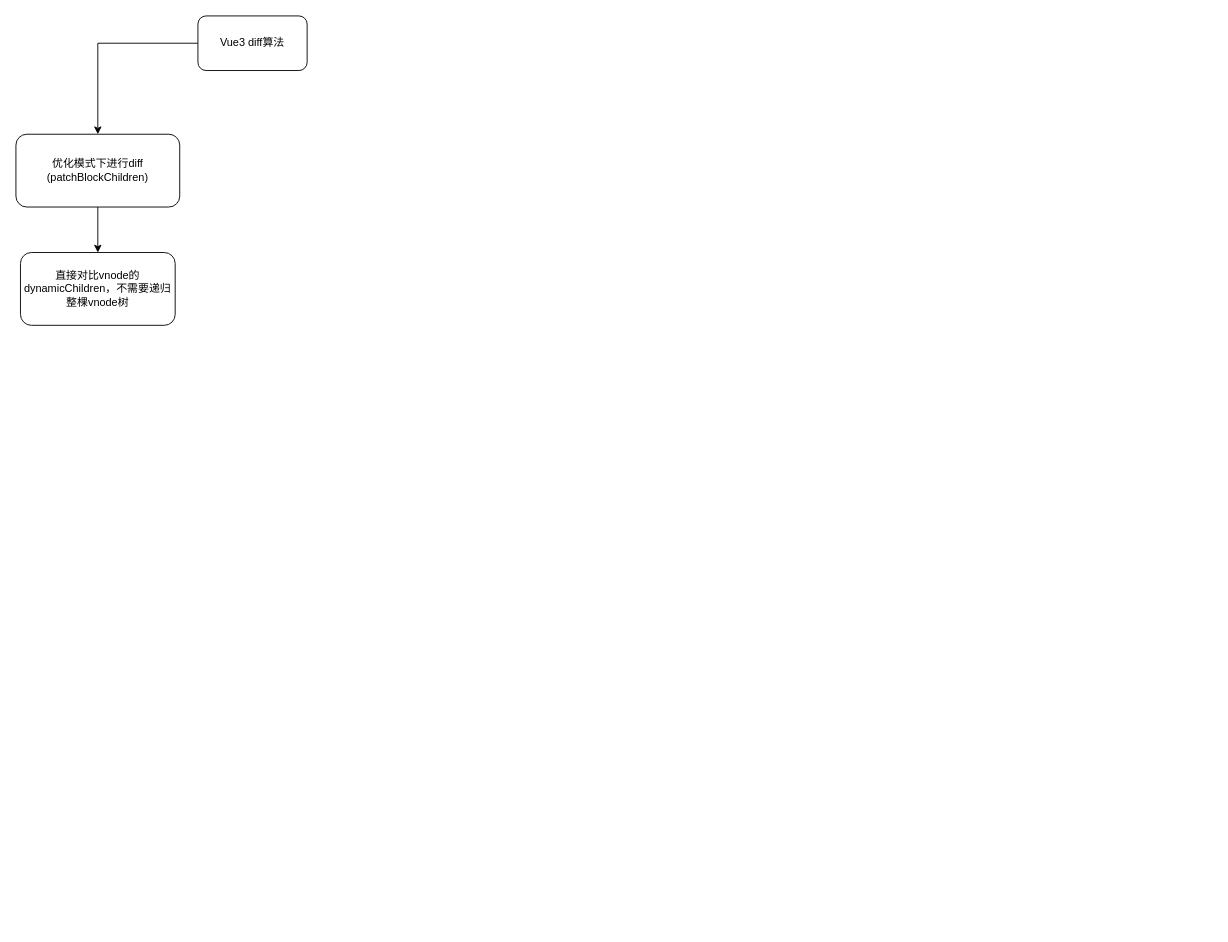
AdhereZ/graph keeps this draw.io diagram as vue3 diff算法.drawio. Above is the earlier version. Source tidied: cells renumbered, new cells numbered last; positions are measured from the earlier drawing's top-left corner, leaving out a move shared by most shapes. Both pictures are drawn from the tidied source at 91%, with x=0, y=0 at pixel (15, 15).
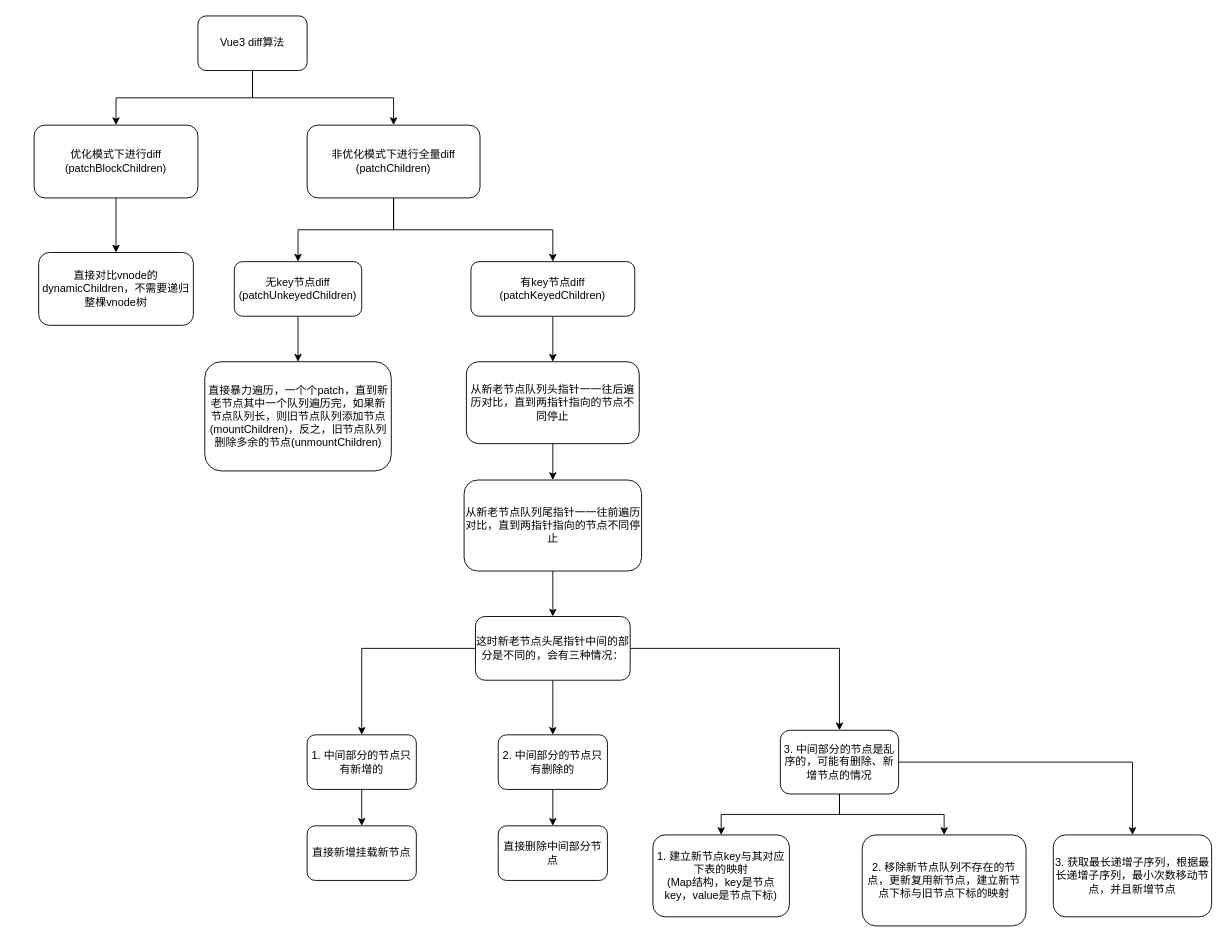
Above is the later version.

Unchanged cells that the change refers to:
```xml
<mxCell id="3" value="Vue3 diff算法" style="rounded=1;whiteSpace=wrap;html=1;" parent="1" vertex="1">
  <mxGeometry x="200" width="120" height="60" as="geometry" />
</mxCell>
```

The edit, as a diff of the source:
```diff
@@
+    <mxCell id="7" style="edgeStyle=orthogonalEdgeStyle;rounded=0;jettySize=auto;html=1;" parent="1" edge="1" source="3" target="10">
+      <mxGeometry relative="1" as="geometry" />
+    </mxCell>
@@
     <mxCell id="5" value="优化模式下进行diff&lt;br&gt;(patchBlockChildren)" style="rounded=1;whiteSpace=wrap;html=1;" parent="1" vertex="1">
-      <mxGeometry y="130" width="180" height="80" as="geometry" />
+      <mxGeometry x="20" y="120" width="180" height="80" as="geometry" />
     </mxCell>
     <mxCell id="6" value="直接对比vnode的dynamicChildren，不需要递归整棵vnode树" style="rounded=1;whiteSpace=wrap;html=1;" parent="1" vertex="1">
-      <mxGeometry x="5" y="260" width="170" height="80" as="geometry" />
+      <mxGeometry x="25" y="260" width="170" height="80" as="geometry" />
     </mxCell>
+    <mxCell id="8" style="edgeStyle=orthogonalEdgeStyle;rounded=0;jettySize=auto;html=1;" parent="1" edge="1" source="10" target="12">
+      <mxGeometry relative="1" as="geometry" />
+    </mxCell>
+    <mxCell id="9" style="edgeStyle=orthogonalEdgeStyle;rounded=0;jettySize=auto;html=1;" parent="1" edge="1" source="10" target="14">
+      <mxGeometry relative="1" as="geometry" />
+    </mxCell>
+    <mxCell id="10" value="非优化模式下进行全量diff&lt;br&gt;(patchChildren)" style="rounded=1;whiteSpace=wrap;html=1;" parent="1" vertex="1">
+      <mxGeometry x="320" y="120" width="190" height="80" as="geometry" />
+    </mxCell>
+    <mxCell id="11" style="edgeStyle=orthogonalEdgeStyle;rounded=0;jettySize=auto;html=1;" parent="1" edge="1" source="12" target="15">
+      <mxGeometry relative="1" as="geometry" />
+    </mxCell>
+    <mxCell id="12" value="无key节点diff&lt;br&gt;(patchUnkeyedChildren)" style="rounded=1;whiteSpace=wrap;html=1;" parent="1" vertex="1">
+      <mxGeometry x="240" y="270" width="140" height="60" as="geometry" />
+    </mxCell>
+    <mxCell id="13" style="edgeStyle=orthogonalEdgeStyle;rounded=0;jettySize=auto;html=1;" parent="1" edge="1" source="14" target="17">
+      <mxGeometry relative="1" as="geometry" />
+    </mxCell>
+    <mxCell id="14" value="有key节点diff&lt;br&gt;(patchKeyedChildren)" style="rounded=1;whiteSpace=wrap;html=1;" parent="1" vertex="1">
+      <mxGeometry x="500" y="270" width="180" height="60" as="geometry" />
+    </mxCell>
+    <mxCell id="15" value="直接暴力遍历，一个个patch，直到新老节点其中一个队列遍历完，如果新节点队列长，则旧节点队列添加节点(mountChildren)，反之，旧节点队列删除多余的节点(unmountChildren)" style="rounded=1;whiteSpace=wrap;html=1;" parent="1" vertex="1">
+      <mxGeometry x="207.5" y="380" width="205" height="120" as="geometry" />
+    </mxCell>
+    <mxCell id="16" style="edgeStyle=orthogonalEdgeStyle;rounded=0;jettySize=auto;html=1;" parent="1" edge="1" source="17" target="19">
+      <mxGeometry relative="1" as="geometry" />
+    </mxCell>
+    <mxCell id="17" value="从新老节点队列头指针一一往后遍历对比，直到两指针指向的节点不同停止" style="rounded=1;whiteSpace=wrap;html=1;" parent="1" vertex="1">
+      <mxGeometry x="495" y="380" width="190" height="90" as="geometry" />
+    </mxCell>
+    <mxCell id="18" style="edgeStyle=orthogonalEdgeStyle;rounded=0;jettySize=auto;html=1;" parent="1" edge="1" source="19" target="23">
+      <mxGeometry relative="1" as="geometry" />
+    </mxCell>
+    <mxCell id="19" value="从新老节点队列尾指针一一往前遍历对比，直到两指针指向的节点不同停止" style="rounded=1;whiteSpace=wrap;html=1;" parent="1" vertex="1">
+      <mxGeometry x="492.5" y="510" width="195" height="100" as="geometry" />
+    </mxCell>
+    <mxCell id="20" style="edgeStyle=orthogonalEdgeStyle;rounded=0;jettySize=auto;html=1;" parent="1" edge="1" source="23" target="25">
+      <mxGeometry relative="1" as="geometry" />
+    </mxCell>
+    <mxCell id="21" style="edgeStyle=orthogonalEdgeStyle;rounded=0;jettySize=auto;html=1;" parent="1" edge="1" source="23" target="28">
+      <mxGeometry relative="1" as="geometry" />
+    </mxCell>
+    <mxCell id="22" style="edgeStyle=orthogonalEdgeStyle;rounded=0;jettySize=auto;html=1;" parent="1" edge="1" source="23" target="33">
+      <mxGeometry relative="1" as="geometry" />
+    </mxCell>
+    <mxCell id="23" value="这时新老节点头尾指针中间的部分是不同的，会有三种情况：" style="rounded=1;whiteSpace=wrap;html=1;" parent="1" vertex="1">
+      <mxGeometry x="505" y="660" width="170" height="70" as="geometry" />
+    </mxCell>
+    <mxCell id="24" style="edgeStyle=orthogonalEdgeStyle;rounded=0;jettySize=auto;html=1;" parent="1" edge="1" source="25" target="26">
+      <mxGeometry relative="1" as="geometry" />
+    </mxCell>
+    <mxCell id="25" value="1. 中间部分的节点只有新增的" style="rounded=1;whiteSpace=wrap;html=1;" parent="1" vertex="1">
+      <mxGeometry x="320" y="790" width="120" height="60" as="geometry" />
+    </mxCell>
+    <mxCell id="26" value="直接新增挂载新节点" style="rounded=1;whiteSpace=wrap;html=1;" parent="1" vertex="1">
+      <mxGeometry x="320" y="890" width="120" height="60" as="geometry" />
+    </mxCell>
+    <mxCell id="27" style="edgeStyle=orthogonalEdgeStyle;rounded=0;jettySize=auto;html=1;" parent="1" edge="1" source="28" target="29">
+      <mxGeometry relative="1" as="geometry" />
+    </mxCell>
+    <mxCell id="28" value="2. 中间部分的节点只有删除的" style="rounded=1;whiteSpace=wrap;html=1;" parent="1" vertex="1">
+      <mxGeometry x="530" y="790" width="120" height="60" as="geometry" />
+    </mxCell>
+    <mxCell id="29" value="直接删除中间部分节点" style="rounded=1;whiteSpace=wrap;html=1;" parent="1" vertex="1">
+      <mxGeometry x="530" y="890" width="120" height="60" as="geometry" />
+    </mxCell>
+    <mxCell id="30" style="edgeStyle=orthogonalEdgeStyle;rounded=0;jettySize=auto;html=1;" parent="1" edge="1" source="33" target="34">
+      <mxGeometry relative="1" as="geometry" />
+    </mxCell>
+    <mxCell id="31" style="edgeStyle=orthogonalEdgeStyle;rounded=0;jettySize=auto;html=1;" parent="1" edge="1" source="33" target="35">
+      <mxGeometry relative="1" as="geometry" />
+    </mxCell>
+    <mxCell id="32" style="edgeStyle=orthogonalEdgeStyle;rounded=0;jettySize=auto;html=1;" parent="1" edge="1" source="33" target="36">
+      <mxGeometry relative="1" as="geometry" />
+    </mxCell>
+    <mxCell id="33" value="3. 中间部分的节点是乱序的，可能有删除、新增节点的情况" style="rounded=1;whiteSpace=wrap;html=1;" parent="1" vertex="1">
+      <mxGeometry x="840" y="785" width="130" height="70" as="geometry" />
+    </mxCell>
+    <mxCell id="34" value="1. 建立新节点key与其对应下表的映射&lt;br&gt;(Map结构，key是节点key，value是节点下标)" style="rounded=1;whiteSpace=wrap;html=1;" parent="1" vertex="1">
+      <mxGeometry x="700" y="900" width="150" height="90" as="geometry" />
+    </mxCell>
+    <mxCell id="35" value="2. 移除新节点队列不存在的节点，更新复用新节点，建立新节点下标与旧节点下标的映射" style="rounded=1;whiteSpace=wrap;html=1;" parent="1" vertex="1">
+      <mxGeometry x="930" y="900" width="180" height="100" as="geometry" />
+    </mxCell>
+    <mxCell id="36" value="3. 获取最长递增子序列，根据最长递增子序列，最小次数移动节点，并且新增节点" style="rounded=1;whiteSpace=wrap;html=1;" parent="1" vertex="1">
+      <mxGeometry x="1140" y="900" width="174" height="90" as="geometry" />
+    </mxCell>
```
